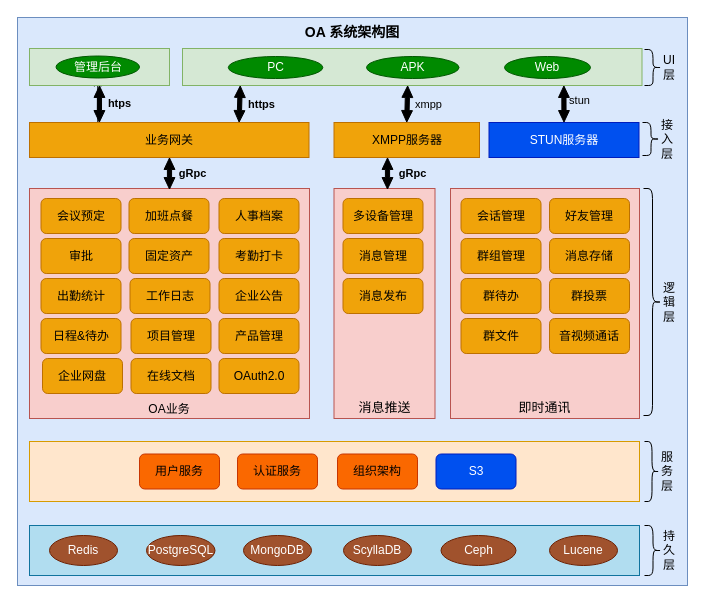
The draw.io diagram page "OA架构图" (3 of 4) of StreamOA架构设计.drawio in zebra-min/my-design, before the edit. Source tidied: cells renumbered, new cells numbered last; positions are measured from the earlier drawing's top-left corner, leaving out a move shared by most shapes. Both pictures are drawn from the tidied source at 100%, with x=0, y=0 at pixel (17, 17).
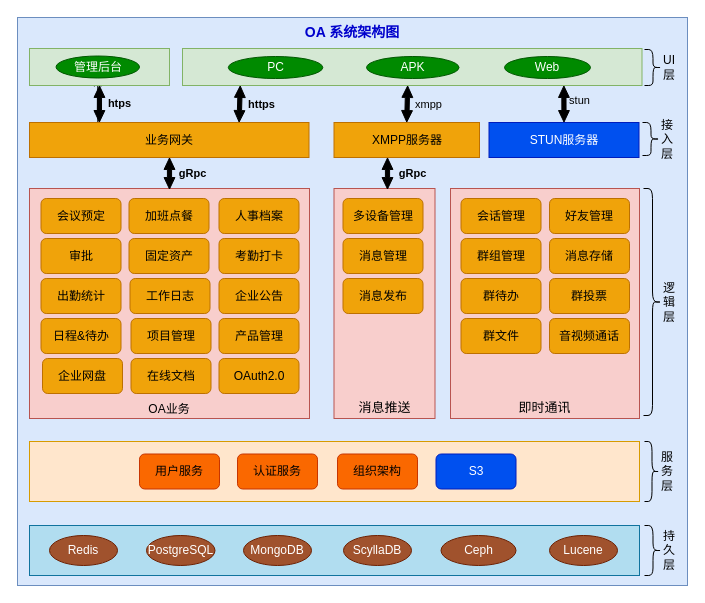
The same diagram, later.

What changed in the source:
```diff
@@
-    <mxCell id="2" value="OA 系统架构图" style="rounded=0;whiteSpace=wrap;html=1;fillColor=#dae8fc;strokeColor=#6c8ebf;verticalAlign=top;fontStyle=1;fontSize=14;" parent="1" vertex="1">
+    <mxCell id="2" value="OA 系统架构图" style="rounded=0;whiteSpace=wrap;html=1;fillColor=#dae8fc;strokeColor=#6c8ebf;verticalAlign=top;fontStyle=1;fontSize=14;fontColor=#0000CC;" parent="1" vertex="1">
       <mxGeometry width="670" height="568" as="geometry" />
     </mxCell>
```
